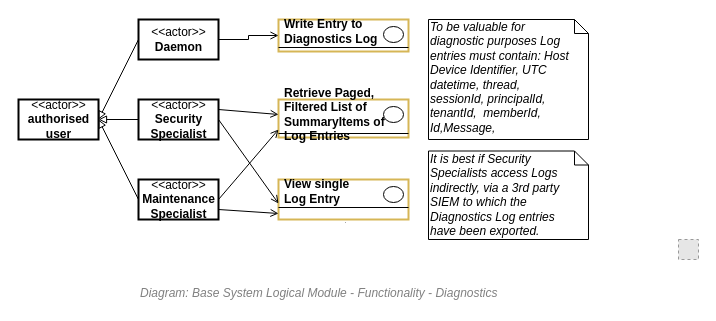
Earlier version of the draw.io diagram 43.Functionality View/Functionality View - Functions - Maintenance - Diagnostics.drawio (skysgh/System.Design.Resources.Service). Source tidied: cells renumbered, new cells numbered last; positions are measured from the earlier drawing's top-left corner, leaving out a move shared by most shapes. Both pictures are drawn from the tidied source at 100%, with x=0, y=0 at pixel (18, 19). Pictures stored in the file or linked from it are replaced by grey dashed boxes.
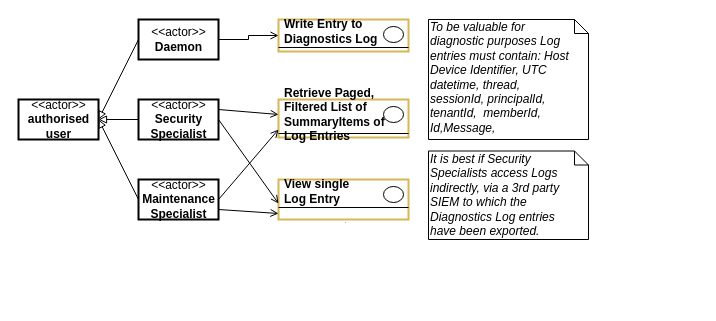
After the change.

The edit, as a diff of the source:
```diff
@@
-    <mxCell id="2" value="&lt;font style=&quot;font-size: 12px&quot;&gt;Diagram: Base System Logical Module -&amp;nbsp;Functionality -&amp;nbsp;Diagnostics&lt;/font&gt;" style="text;strokeColor=none;fillColor=none;html=1;fontSize=24;fontStyle=2;verticalAlign=middle;align=left;shadow=0;glass=0;comic=0;opacity=30;fontColor=#808080;" parent="1" vertex="1">
-      <mxGeometry x="120" y="260" width="520" height="20" as="geometry" />
-    </mxCell>
@@
-    <mxCell id="4" style="fillColor=#E6E6E6;strokeColor=#999999;dashed=1;html=1;verticalAlign=top;verticalLabelPosition=bottom;labelBackgroundColor=#ffffff;fontFamily=Helvetica;fontSize=12;fontColor=#000000;align=center;" parent="1" vertex="1">
-      <mxGeometry x="660" y="220" width="20" height="20" as="geometry" />
-    </mxCell>
```
